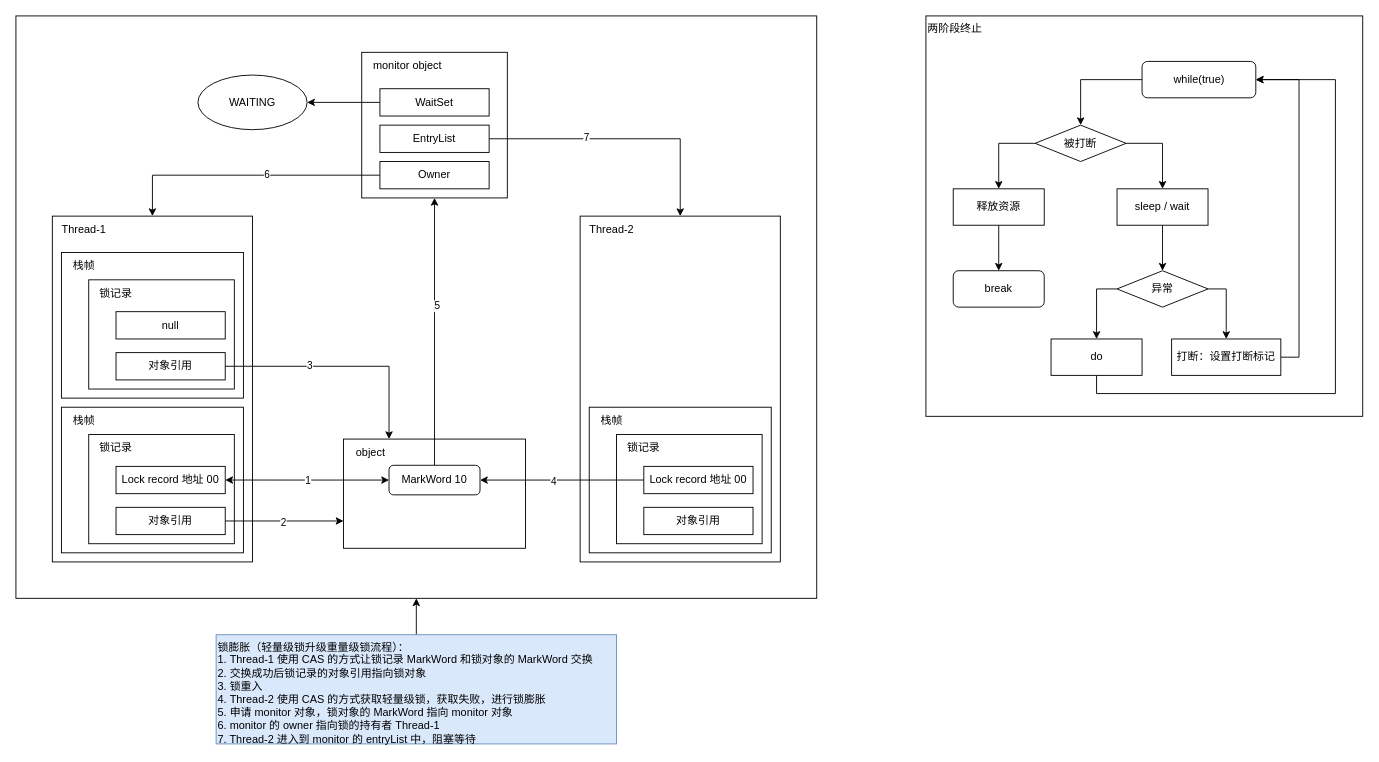
The draw.io diagram Java/多线程.drawio in wubinglong9716/NoteBook, before the edit. Source tidied: cells renumbered, new cells numbered last; positions are measured from the earlier drawing's top-left corner, leaving out a move shared by most shapes. Both pictures are drawn from the tidied source at 91%, with x=0, y=0 at pixel (15, 15).
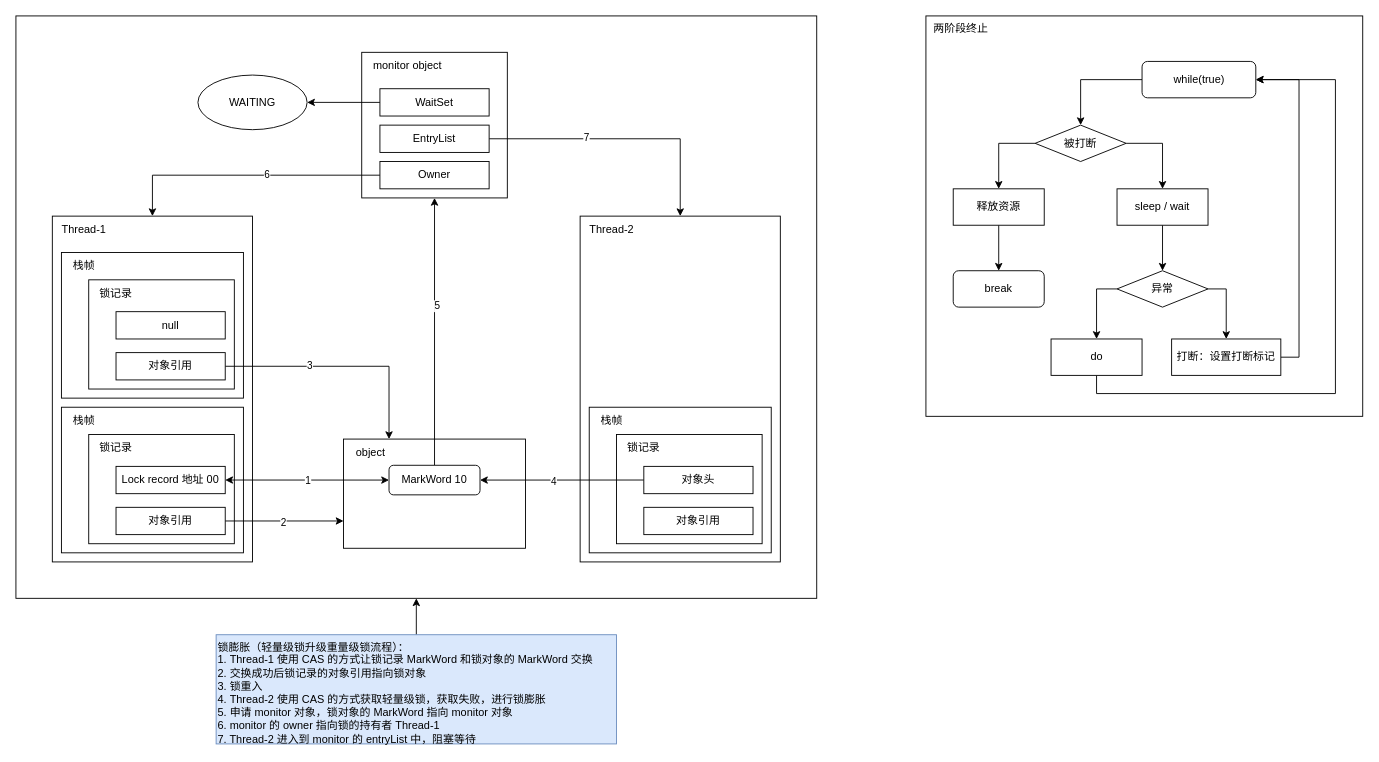
Above is the later version.

Change to the diagram source:
```diff
@@
-    <mxCell id="34" value="Lock record 地址 00" style="rounded=0;whiteSpace=wrap;html=1;" parent="1" vertex="1">
+    <mxCell id="34" value="对象头" style="rounded=0;whiteSpace=wrap;html=1;" parent="1" vertex="1">
       <mxGeometry x="690" y="495" width="120" height="30" as="geometry" />
     </mxCell>
@@
-    <mxCell id="51" value="两阶段终止" style="rounded=0;whiteSpace=wrap;html=1;align=left;verticalAlign=top;" parent="1" vertex="1">
+    <mxCell id="51" value="&amp;nbsp; 两阶段终止" style="rounded=0;whiteSpace=wrap;html=1;align=left;verticalAlign=top;" parent="1" vertex="1">
       <mxGeometry x="1000" width="480" height="440" as="geometry" />
     </mxCell>
```
